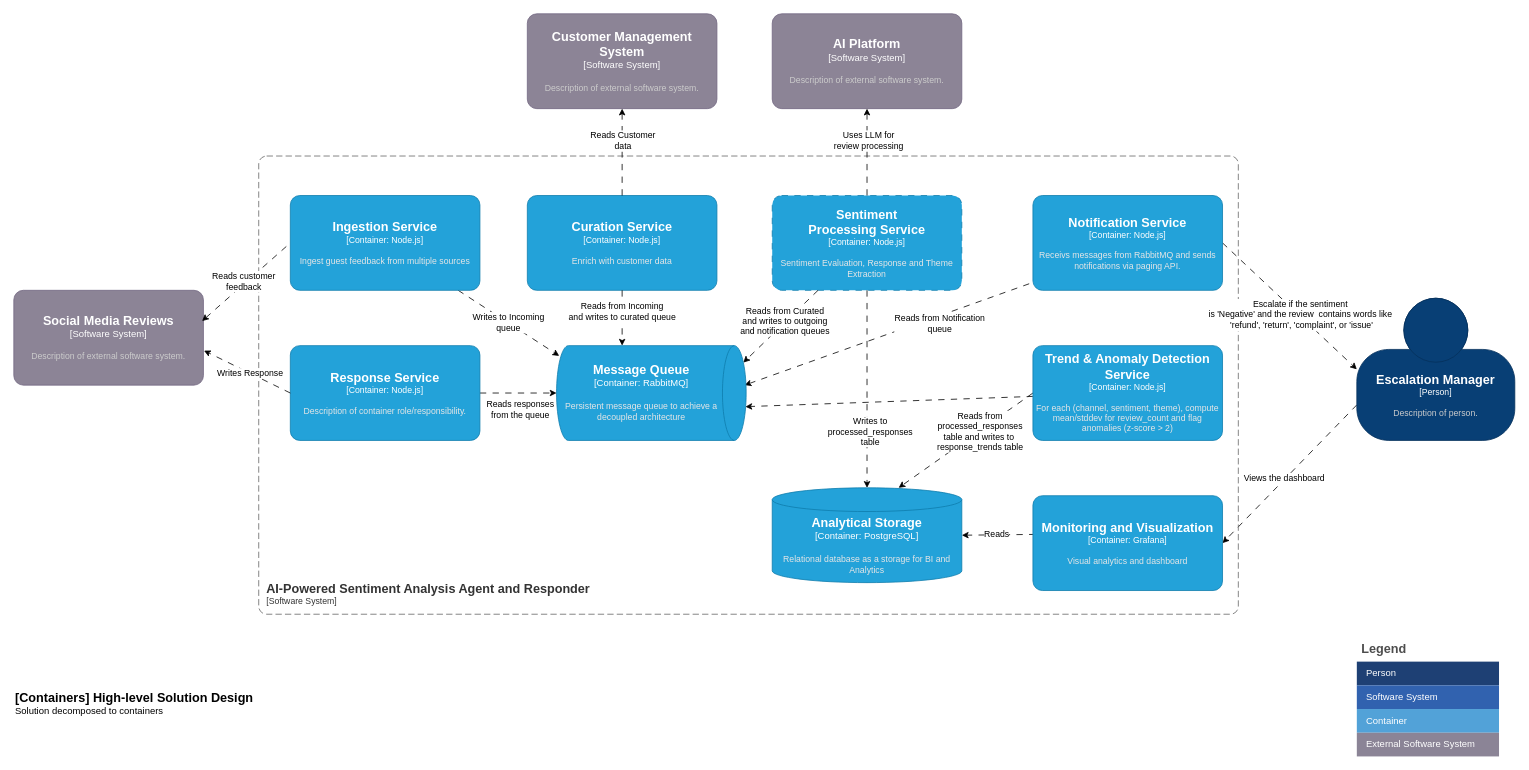
Earlier version of the draw.io diagram page "container" (2 of 4) of docs/diagrams.drawio (fusion-platform-services/fps-blueprint-ai-sentiment-analysis-and-response). Source tidied: cells renumbered, new cells numbered last; positions are measured from the earlier drawing's top-left corner, leaving out a move shared by most shapes. Both pictures are drawn from the tidied source at 79%, with x=0, y=0 at pixel (13, 13).
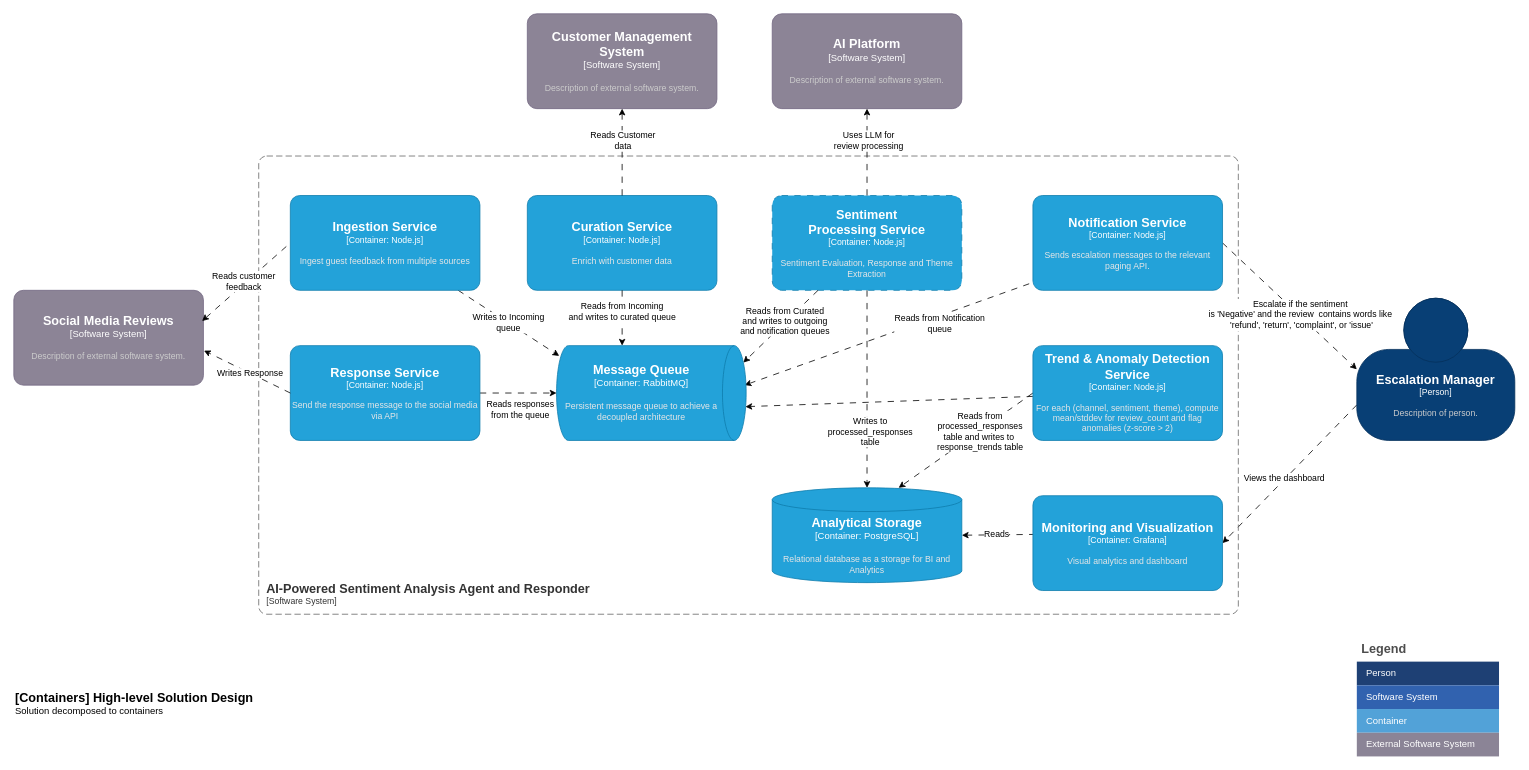
After the change.

The edit, as a diff of the source:
```diff
@@
-    <object id="7" label="&lt;font style=&quot;font-size: 16px&quot;&gt;&lt;b&gt;%c4Name%&lt;/b&gt;&lt;/font&gt;&lt;div&gt;[%c4Type%: %c4Technology%]&lt;/div&gt;&lt;br&gt;&lt;div&gt;&lt;font style=&quot;font-size: 11px&quot;&gt;&lt;font color=&quot;#E6E6E6&quot;&gt;%c4Description%&lt;/font&gt;&lt;/div&gt;" c4Description="Description of container role/responsibility." c4Name="Response Service" c4Technology="Node.js" c4Type="Container" placeholders="1">
+    <object id="7" label="&lt;font style=&quot;font-size: 16px&quot;&gt;&lt;b&gt;%c4Name%&lt;/b&gt;&lt;/font&gt;&lt;div&gt;[%c4Type%: %c4Technology%]&lt;/div&gt;&lt;br&gt;&lt;div&gt;&lt;font style=&quot;font-size: 11px&quot;&gt;&lt;font color=&quot;#E6E6E6&quot;&gt;%c4Description%&lt;/font&gt;&lt;/div&gt;" c4Description="Send the response message to the social media via API" c4Name="Response Service" c4Technology="Node.js" c4Type="Container" placeholders="1">
       <mxCell style="rounded=1;whiteSpace=wrap;html=1;fontSize=11;labelBackgroundColor=none;fillColor=#23A2D9;fontColor=#ffffff;align=center;arcSize=10;strokeColor=#0E7DAD;points=[[0.25,0,0],[0.5,0,0],[0.75,0,0],[1,0.25,0],[1,0.5,0],[1,0.75,0],[0.75,1,0],[0.5,1,0],[0.25,1,0],[0,0.75,0],[0,0.5,0],[0,0.25,0]];" parent="1" vertex="1">
         <mxGeometry x="350" y="420" width="240" height="120" as="geometry" />
       </mxCell>
     </object>
@@
-    <object id="14" label="&lt;font style=&quot;font-size: 16px&quot;&gt;&lt;b&gt;%c4Name%&lt;/b&gt;&lt;/font&gt;&lt;div&gt;[%c4Type%: %c4Technology%]&lt;/div&gt;&lt;br&gt;&lt;div&gt;&lt;font style=&quot;font-size: 11px&quot;&gt;&lt;font color=&quot;#E6E6E6&quot;&gt;%c4Description%&lt;/font&gt;&lt;/div&gt;" c4Description="Receivs messages from RabbitMQ and sends notifications via paging API." c4Name="Notification Service" c4Technology="Node.js" c4Type="Container" placeholders="1">
+    <object id="14" label="&lt;font style=&quot;font-size: 16px&quot;&gt;&lt;b&gt;%c4Name%&lt;/b&gt;&lt;/font&gt;&lt;div&gt;[%c4Type%: %c4Technology%]&lt;/div&gt;&lt;br&gt;&lt;div&gt;&lt;font style=&quot;font-size: 11px&quot;&gt;&lt;font color=&quot;#E6E6E6&quot;&gt;%c4Description%&lt;/font&gt;&lt;/div&gt;" c4Description="Sends escalation messages to the relevant paging API." c4Name="Notification Service" c4Technology="Node.js" c4Type="Container" placeholders="1">
       <mxCell style="rounded=1;whiteSpace=wrap;html=1;fontSize=11;labelBackgroundColor=none;fillColor=#23A2D9;fontColor=#ffffff;align=center;arcSize=10;strokeColor=#0E7DAD;points=[[0.25,0,0],[0.5,0,0],[0.75,0,0],[1,0.25,0],[1,0.5,0],[1,0.75,0],[0.75,1,0],[0.5,1,0],[0.25,1,0],[0,0.75,0],[0,0.5,0],[0,0.25,0]];" parent="1" vertex="1">
         <mxGeometry x="1290" y="230" width="240" height="120" as="geometry" />
       </mxCell>
     </object>
```
